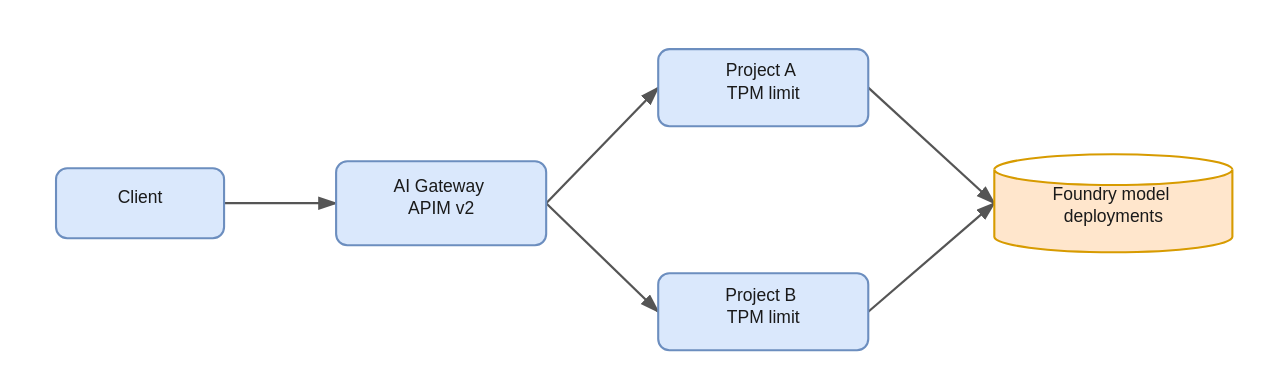
The draw.io diagram docs/assets/part3-native.drawio.svg in yelghali/foundry-ai-gateway, before a commit. Source tidied: cells renumbered, new cells last; positions are measured from the earlier drawing's top-left corner, leaving out a move shared by most shapes.
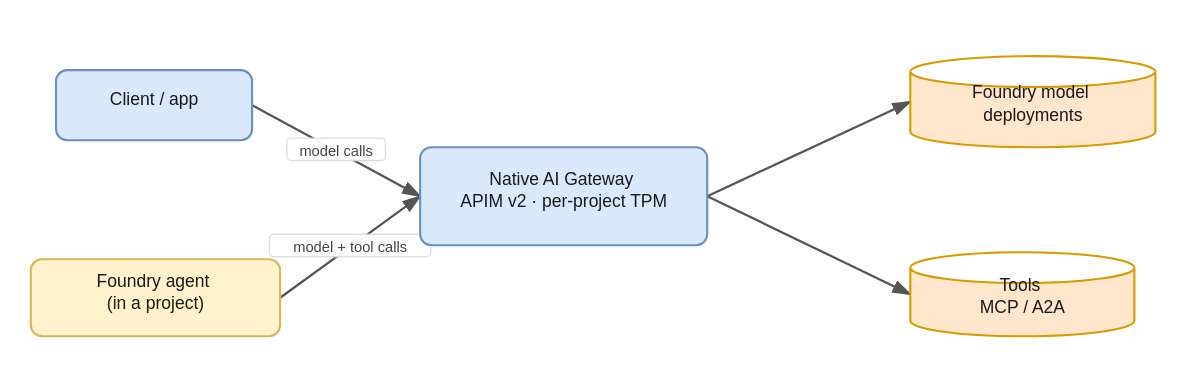
The same diagram one commit later.

Commit message:
Part 3: show agent model+tool calls routed through APIM (native AI Gateway); clarify Part 1 OpenAI SDK usage and Agent SDK vs Foundry Agent Service (ApiManagement connection)

Change to the diagram source:
```diff
@@ -2,35 +2,32 @@
   <root>
     <mxCell id="0" />
     <mxCell id="1" parent="0" />
-    <mxCell id="2" value="Client" style="rounded=1;whiteSpace=wrap;html=1;fillColor=#dae8fc;strokeColor=#6c8ebf;" parent="1" vertex="1">
-      <mxGeometry y="85" width="120" height="50" as="geometry" />
-    </mxCell>
+    <mxCell id="12" value="Client / app" style="rounded=1;whiteSpace=wrap;html=1;fillColor=#dae8fc;strokeColor=#6c8ebf;" parent="1" vertex="1">
+      <mxGeometry y="15" width="140" height="50" as="geometry" />
+    </mxCell>
+    <mxCell id="13" value="Foundry agent&amp;#10;(in a project)" style="rounded=1;whiteSpace=wrap;html=1;fillColor=#fff2cc;strokeColor=#d6b656;" parent="1" vertex="1">
+      <mxGeometry x="-18" y="150" width="178" height="55" as="geometry" />
+    </mxCell>
-    <mxCell id="3" value="AI Gateway&amp;#10;APIM v2" style="rounded=1;whiteSpace=wrap;html=1;fillColor=#dae8fc;strokeColor=#6c8ebf;" parent="1" vertex="1">
-      <mxGeometry x="200" y="80" width="150" height="60" as="geometry" />
+    <mxCell id="3" value="Native AI Gateway&amp;#10;APIM v2 · per-project TPM" style="rounded=1;whiteSpace=wrap;html=1;fillColor=#dae8fc;strokeColor=#6c8ebf;" parent="1" vertex="1">
+      <mxGeometry x="260" y="70" width="205" height="70" as="geometry" />
     </mxCell>
-    <mxCell id="4" value="Project A&amp;#10;TPM limit" style="rounded=1;whiteSpace=wrap;html=1;fillColor=#dae8fc;strokeColor=#6c8ebf;" parent="1" vertex="1">
-      <mxGeometry x="430" width="150" height="55" as="geometry" />
-    </mxCell>
-    <mxCell id="5" value="Project B&amp;#10;TPM limit" style="rounded=1;whiteSpace=wrap;html=1;fillColor=#dae8fc;strokeColor=#6c8ebf;" parent="1" vertex="1">
-      <mxGeometry x="430" y="160" width="150" height="55" as="geometry" />
-    </mxCell>
     <mxCell id="6" value="Foundry model&amp;#10;deployments" style="shape=cylinder3;whiteSpace=wrap;html=1;boundedLbl=1;backgroundOutline=1;fillColor=#ffe6cc;strokeColor=#d79b00;" parent="1" vertex="1">
-      <mxGeometry x="670" y="75" width="170" height="70" as="geometry" />
+      <mxGeometry x="610" y="5" width="175" height="65" as="geometry" />
     </mxCell>
+    <mxCell id="14" value="Tools&amp;#10;MCP / A2A" style="shape=cylinder3;whiteSpace=wrap;html=1;boundedLbl=1;backgroundOutline=1;fillColor=#ffe6cc;strokeColor=#d79b00;" parent="1" vertex="1">
+      <mxGeometry x="610" y="145" width="160" height="60" as="geometry" />
+    </mxCell>
-    <mxCell id="7" style="endArrow=classic;html=1;strokeColor=#555555;exitX=1.0;exitY=0.5;exitDx=0;exitDy=0;entryX=0.0;entryY=0.5;entryDx=0;entryDy=0;" parent="1" edge="1" source="2" target="3">
+    <mxCell id="7" value="model calls" style="endArrow=classic;html=1;strokeColor=#555555;exitX=1.0;exitY=0.5;exitDx=0;exitDy=0;entryX=0.0;entryY=0.5;entryDx=0;entryDy=0;" parent="1" edge="1" source="12" target="3">
       <mxGeometry relative="1" as="geometry" />
     </mxCell>
-    <mxCell id="8" style="endArrow=classic;html=1;strokeColor=#555555;exitX=1.0;exitY=0.5;exitDx=0;exitDy=0;entryX=0.0;entryY=0.5;entryDx=0;entryDy=0;" parent="1" edge="1" source="3" target="4">
+    <mxCell id="8" value="model + tool calls" style="endArrow=classic;html=1;strokeColor=#555555;exitX=1.0;exitY=0.5;exitDx=0;exitDy=0;entryX=0.0;entryY=0.5;entryDx=0;entryDy=0;" parent="1" edge="1" source="13" target="3">
       <mxGeometry relative="1" as="geometry" />
     </mxCell>
-    <mxCell id="9" style="endArrow=classic;html=1;strokeColor=#555555;exitX=1.0;exitY=0.5;exitDx=0;exitDy=0;entryX=0.0;entryY=0.5;entryDx=0;entryDy=0;" parent="1" edge="1" source="3" target="5">
+    <mxCell id="9" style="endArrow=classic;html=1;strokeColor=#555555;exitX=1.0;exitY=0.5;exitDx=0;exitDy=0;entryX=0.0;entryY=0.5;entryDx=0;entryDy=0;" parent="1" edge="1" source="3" target="6">
       <mxGeometry relative="1" as="geometry" />
     </mxCell>
-    <mxCell id="10" style="endArrow=classic;html=1;strokeColor=#555555;exitX=1.0;exitY=0.5;exitDx=0;exitDy=0;entryX=0.0;entryY=0.5;entryDx=0;entryDy=0;" parent="1" edge="1" source="4" target="6">
+    <mxCell id="10" style="endArrow=classic;html=1;strokeColor=#555555;exitX=1.0;exitY=0.5;exitDx=0;exitDy=0;entryX=0.0;entryY=0.5;entryDx=0;entryDy=0;" parent="1" edge="1" source="3" target="14">
       <mxGeometry relative="1" as="geometry" />
     </mxCell>
-    <mxCell id="11" style="endArrow=classic;html=1;strokeColor=#555555;exitX=1.0;exitY=0.5;exitDx=0;exitDy=0;entryX=0.0;entryY=0.5;entryDx=0;entryDy=0;" parent="1" edge="1" source="5" target="6">
-      <mxGeometry relative="1" as="geometry" />
-    </mxCell>
   </root>
 </mxGraphModel>
```
